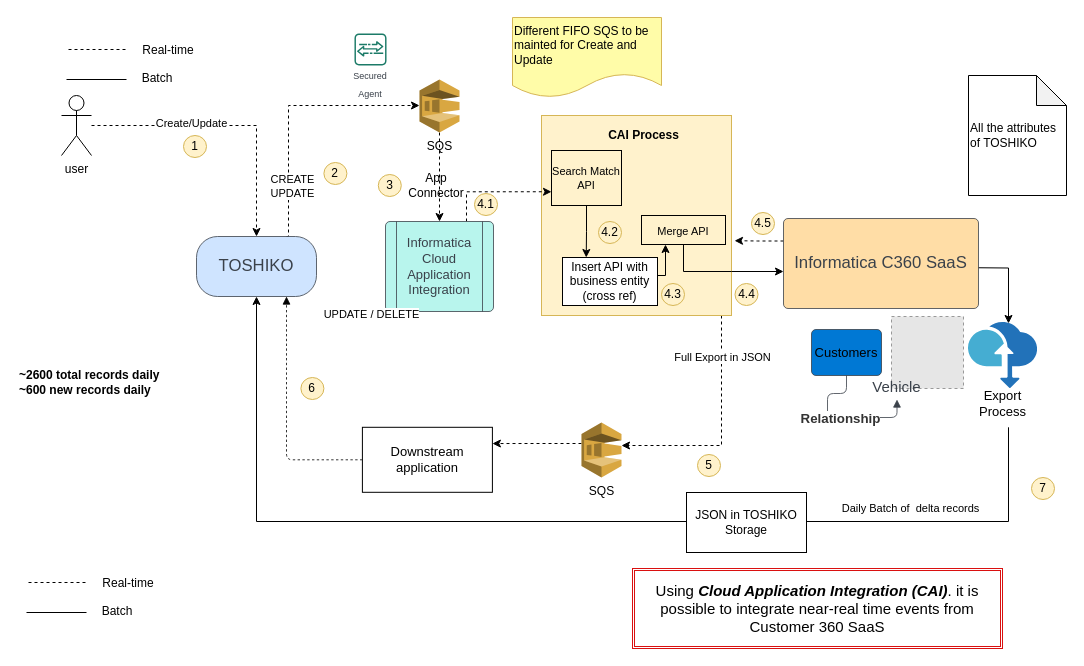
The draw.io diagram page "TOSHIKO" (4 of 5) of TME-Misc_Design.drawio in biswarup81/drawings, before the edit. Source tidied: cells renumbered, new cells numbered last; positions are measured from the earlier drawing's top-left corner, leaving out a move shared by most shapes. Both pictures are drawn from the tidied source at 100%, with x=0, y=0 at pixel (17, 17). Pictures stored in the file or linked from it are replaced by grey dashed boxes.
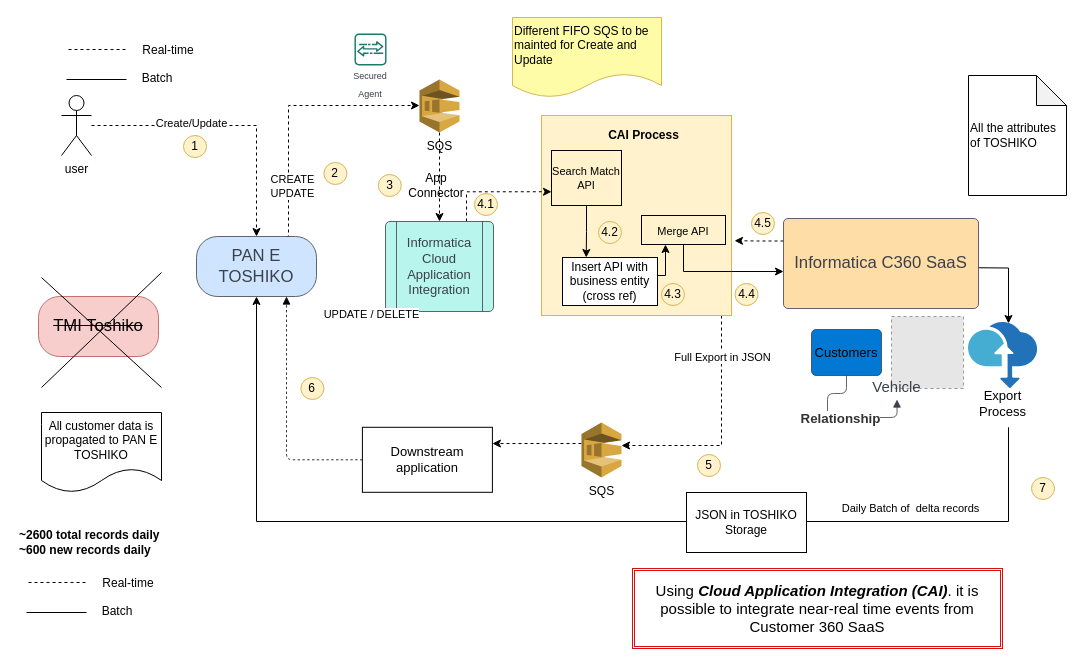
The same diagram, later.

The edit, as a diff of the source:
```diff
@@
-    <mxCell id="7" value="TOSHIKO" style="html=1;overflow=block;blockSpacing=1;whiteSpace=wrap;rounded=1;arcSize=35;fontSize=16.7;fontColor=#3a414a;spacing=3.8;strokeColor=#3a414a;strokeOpacity=100;fillOpacity=100;fillColor=#cfe4ff;strokeWidth=0.8;lucidId=_zfvtoaLD8R3;" parent="1" vertex="1">
+    <mxCell id="7" value="PAN E TOSHIKO" style="html=1;overflow=block;blockSpacing=1;whiteSpace=wrap;rounded=1;arcSize=35;fontSize=16.7;fontColor=#3a414a;spacing=3.8;strokeColor=#3a414a;strokeOpacity=100;fillOpacity=100;fillColor=#cfe4ff;strokeWidth=0.8;lucidId=_zfvtoaLD8R3;" parent="1" vertex="1">
       <mxGeometry x="179" y="219" width="120" height="60" as="geometry" />
     </mxCell>
@@
     <mxCell id="35" value="~2600 total records daily&lt;br&gt;~600 new records daily" style="text;html=1;strokeColor=none;fillColor=none;align=left;verticalAlign=middle;whiteSpace=wrap;rounded=0;fontStyle=1;" parent="1" vertex="1">
-      <mxGeometry y="350" width="200" height="30" as="geometry" />
+      <mxGeometry y="510" width="200" height="30" as="geometry" />
     </mxCell>
@@
+    <mxCell id="64" value="&lt;strike&gt;TMI Toshiko&lt;/strike&gt;" style="html=1;overflow=block;blockSpacing=1;whiteSpace=wrap;rounded=1;arcSize=35;fontSize=16.7;spacing=3.8;strokeColor=#b85450;strokeOpacity=100;fillOpacity=100;fillColor=#f8cecc;strokeWidth=0.8;lucidId=_zfvtoaLD8R3;" parent="1" vertex="1">
+      <mxGeometry x="21" y="279" width="120" height="60" as="geometry" />
+    </mxCell>
+    <mxCell id="65" style="endArrow=none;html=1;rounded=0;" parent="1" edge="1">
+      <mxGeometry relative="1" as="geometry">
+        <mxPoint x="24" y="370" as="sourcePoint" />
+        <mxPoint x="144" y="255" as="targetPoint" />
+      </mxGeometry>
+    </mxCell>
+    <mxCell id="66" style="endArrow=none;html=1;rounded=0;" parent="1" edge="1">
+      <mxGeometry relative="1" as="geometry">
+        <mxPoint x="24" y="260" as="sourcePoint" />
+        <mxPoint x="144" y="370" as="targetPoint" />
+      </mxGeometry>
+    </mxCell>
+    <mxCell id="67" value="All customer data is propagated to PAN E TOSHIKO" style="shape=document;whiteSpace=wrap;html=1;boundedLbl=1;" parent="1" vertex="1">
+      <mxGeometry x="24" y="395" width="120" height="80" as="geometry" />
+    </mxCell>
```
